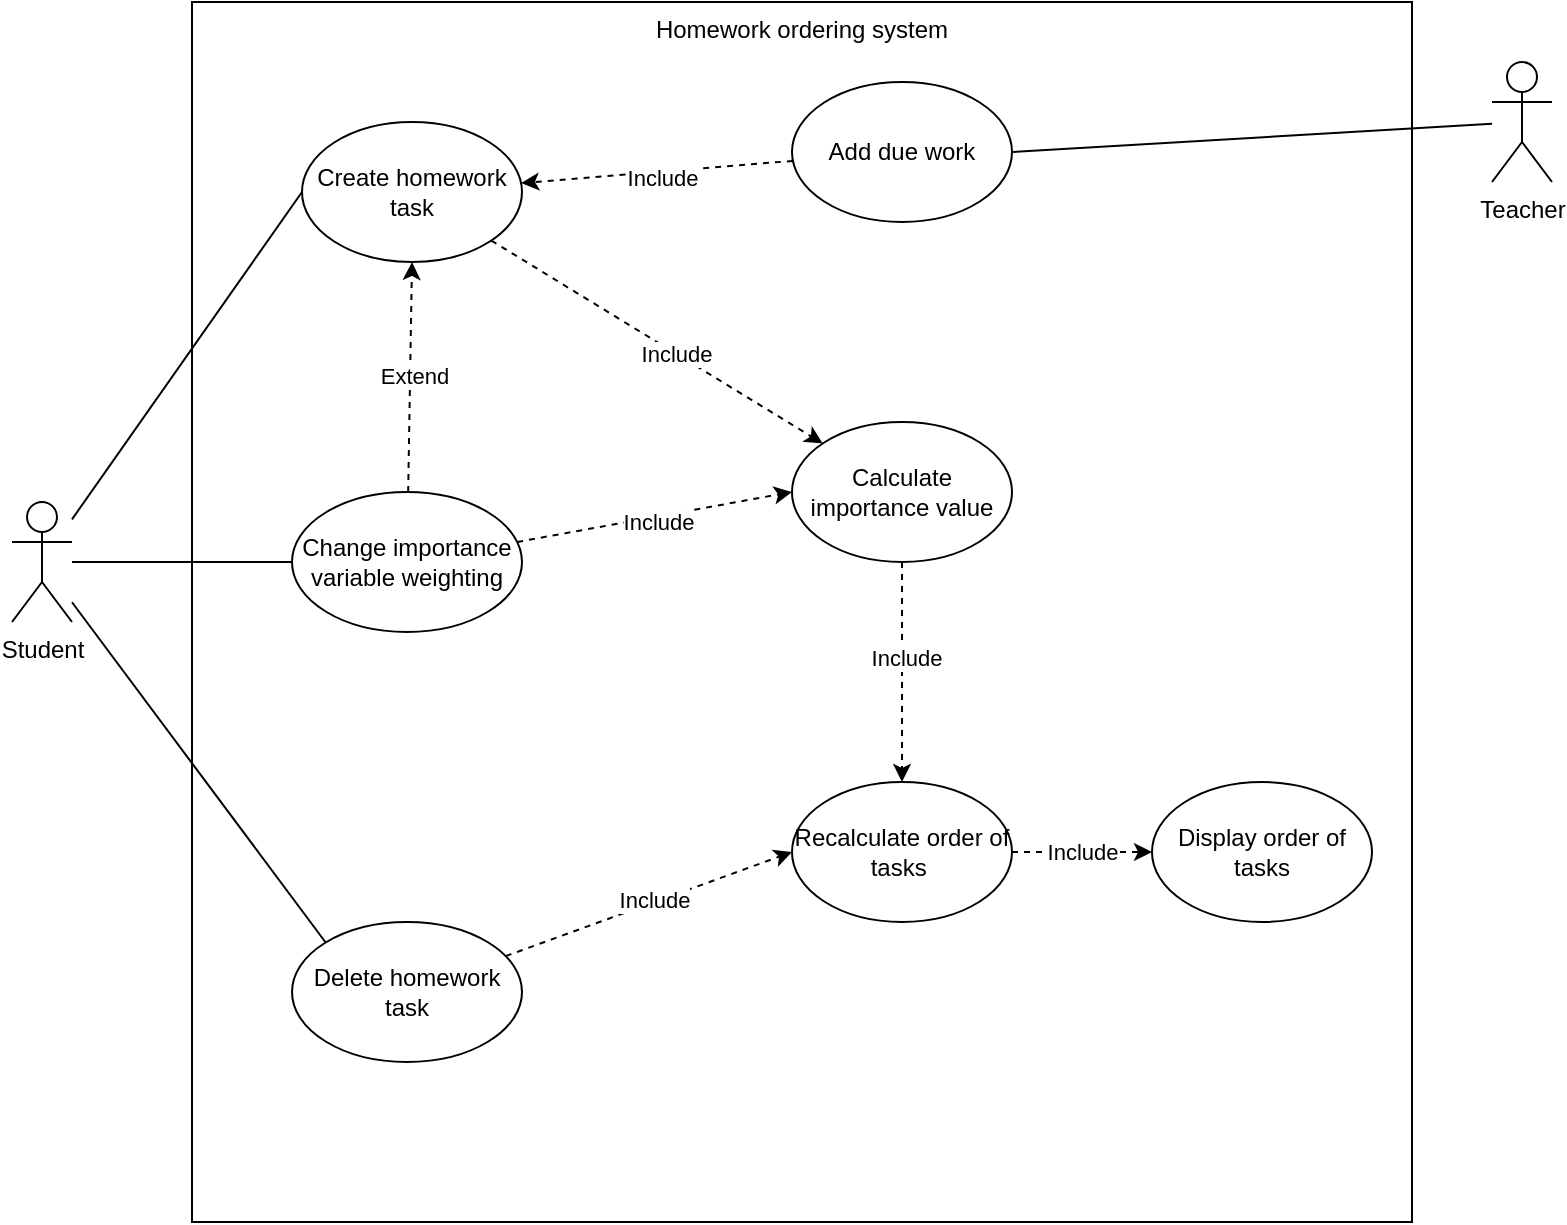
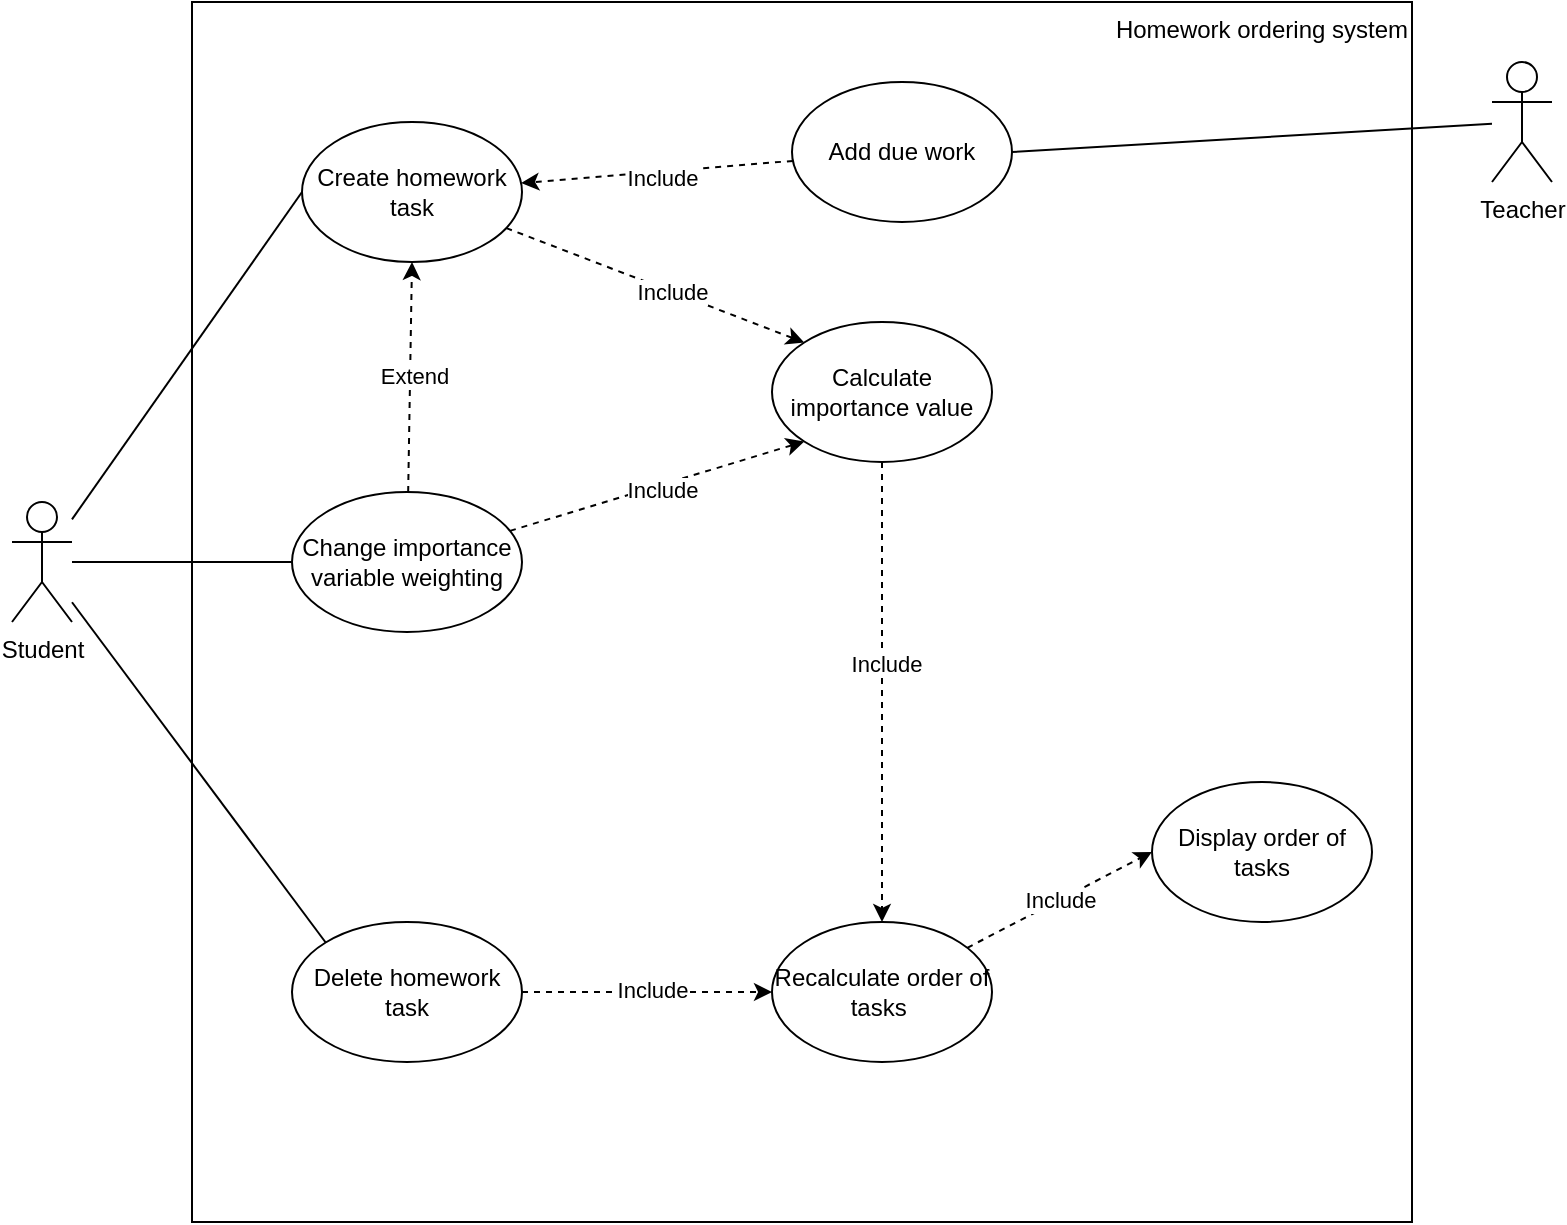
<mxfile host="app.diagrams.net" agent="Mozilla/5.0 (Windows NT 10.0; Win64; x64) AppleWebKit/537.36 (KHTML, like Gecko) Chrome/147.0.0.0 Safari/537.36">
  <diagram name="Page-1" id="ZcyXiCbd3epHD8B5bp2-">
    <mxGraphModel dx="934" dy="657" grid="1" gridSize="10" guides="1" tooltips="1" connect="1" arrows="1" fold="1" page="1" pageScale="1" pageWidth="827" pageHeight="1169" math="0" shadow="0">
      <root>
        <mxCell id="0" />
        <mxCell id="1" parent="0" />
-         <mxCell id="G7WcPmlzqGxsM9-RYmIV-1" parent="1" style="aspect=fixed;labelPosition=center;verticalLabelPosition=middle;align=center;verticalAlign=top;html=1;whiteSpace=wrap;movable=1;resizable=1;rotatable=1;deletable=1;editable=1;locked=0;connectable=1;" value="Homework ordering system" vertex="1">
+         <mxCell id="G7WcPmlzqGxsM9-RYmIV-1" parent="1" style="aspect=fixed;labelPosition=center;verticalLabelPosition=middle;align=right;verticalAlign=top;html=1;whiteSpace=wrap;movable=1;resizable=1;rotatable=1;deletable=1;editable=1;locked=0;connectable=1;" value="Homework ordering system" vertex="1">
          <mxGeometry height="610" width="610" x="100" y="100" as="geometry" />
        </mxCell>
        <mxCell id="jqSJIoKgP5xY_ZK5AzuU-10" edge="1" parent="1" source="G7WcPmlzqGxsM9-RYmIV-2" style="rounded=0;orthogonalLoop=1;jettySize=auto;html=1;entryX=0;entryY=0.5;entryDx=0;entryDy=0;endArrow=none;endFill=0;" target="jqSJIoKgP5xY_ZK5AzuU-4">
          <mxGeometry relative="1" as="geometry" />
        </mxCell>
        <mxCell id="tDrKYoykQaESbITqznwy-8" edge="1" parent="1" source="G7WcPmlzqGxsM9-RYmIV-2" style="rounded=0;orthogonalLoop=1;jettySize=auto;html=1;entryX=0;entryY=0.5;entryDx=0;entryDy=0;endArrow=none;endFill=0;" target="jqSJIoKgP5xY_ZK5AzuU-18">
          <mxGeometry relative="1" as="geometry" />
        </mxCell>
        <mxCell id="G7WcPmlzqGxsM9-RYmIV-2" parent="1" style="shape=umlActor;verticalLabelPosition=bottom;verticalAlign=top;html=1;outlineConnect=0;" value="Student" vertex="1">
          <mxGeometry height="60" width="30" x="10" y="350" as="geometry" />
        </mxCell>
        <mxCell id="jqSJIoKgP5xY_ZK5AzuU-3" edge="1" parent="1" source="G7WcPmlzqGxsM9-RYmIV-7" style="rounded=0;orthogonalLoop=1;jettySize=auto;html=1;entryX=1;entryY=0.5;entryDx=0;entryDy=0;shape=wire;dashed=1;endArrow=none;endFill=0;" target="jqSJIoKgP5xY_ZK5AzuU-2">
          <mxGeometry relative="1" as="geometry" />
        </mxCell>
        <mxCell id="G7WcPmlzqGxsM9-RYmIV-7" parent="1" style="shape=umlActor;verticalLabelPosition=bottom;verticalAlign=top;html=1;outlineConnect=0;" value="Teacher" vertex="1">
          <mxGeometry height="60" width="30" x="750" y="130" as="geometry" />
        </mxCell>
        <mxCell id="jqSJIoKgP5xY_ZK5AzuU-5" edge="1" parent="1" source="jqSJIoKgP5xY_ZK5AzuU-2" style="rounded=0;orthogonalLoop=1;jettySize=auto;html=1;endArrow=classic;endFill=1;dashed=1;" target="jqSJIoKgP5xY_ZK5AzuU-4">
          <mxGeometry relative="1" as="geometry" />
        </mxCell>
        <mxCell id="jqSJIoKgP5xY_ZK5AzuU-6" connectable="0" parent="jqSJIoKgP5xY_ZK5AzuU-5" style="edgeLabel;html=1;align=center;verticalAlign=middle;resizable=0;points=[];" value="Include" vertex="1">
          <mxGeometry relative="1" x="-0.0218" y="3" as="geometry">
            <mxPoint as="offset" />
          </mxGeometry>
        </mxCell>
        <mxCell id="jqSJIoKgP5xY_ZK5AzuU-2" parent="1" style="ellipse;whiteSpace=wrap;html=1;" value="Add due work" vertex="1">
          <mxGeometry height="70" width="110" x="400" y="140" as="geometry" />
        </mxCell>
-         <mxCell id="jqSJIoKgP5xY_ZK5AzuU-13" edge="1" parent="1" source="jqSJIoKgP5xY_ZK5AzuU-4" style="rounded=0;orthogonalLoop=1;jettySize=auto;html=1;dashed=1;endArrow=classic;endFill=1;" target="jqSJIoKgP5xY_ZK5AzuU-11">
+         <mxCell id="jqSJIoKgP5xY_ZK5AzuU-13" edge="1" parent="1" source="jqSJIoKgP5xY_ZK5AzuU-4" style="rounded=0;orthogonalLoop=1;jettySize=auto;html=1;dashed=1;endArrow=classic;endFill=1;entryX=0;entryY=0;entryDx=0;entryDy=0;" target="jqSJIoKgP5xY_ZK5AzuU-11">
          <mxGeometry relative="1" as="geometry" />
        </mxCell>
        <mxCell id="jqSJIoKgP5xY_ZK5AzuU-14" connectable="0" parent="jqSJIoKgP5xY_ZK5AzuU-13" style="edgeLabel;html=1;align=center;verticalAlign=middle;resizable=0;points=[];" value="Include" vertex="1">
          <mxGeometry relative="1" x="0.1143" as="geometry">
            <mxPoint as="offset" />
          </mxGeometry>
        </mxCell>
        <mxCell id="jqSJIoKgP5xY_ZK5AzuU-4" parent="1" style="ellipse;whiteSpace=wrap;html=1;" value="Create homework task" vertex="1">
          <mxGeometry height="70" width="110" x="155" y="160" as="geometry" />
        </mxCell>
        <mxCell id="jqSJIoKgP5xY_ZK5AzuU-16" edge="1" parent="1" source="jqSJIoKgP5xY_ZK5AzuU-11" style="rounded=0;orthogonalLoop=1;jettySize=auto;html=1;dashed=1;" target="jqSJIoKgP5xY_ZK5AzuU-15" value="">
          <mxGeometry relative="1" as="geometry" />
        </mxCell>
        <mxCell id="jqSJIoKgP5xY_ZK5AzuU-17" connectable="0" parent="jqSJIoKgP5xY_ZK5AzuU-16" style="edgeLabel;html=1;align=center;verticalAlign=middle;resizable=0;points=[];" value="Include" vertex="1">
          <mxGeometry relative="1" x="-0.125" y="2" as="geometry">
            <mxPoint as="offset" />
          </mxGeometry>
        </mxCell>
        <mxCell id="jqSJIoKgP5xY_ZK5AzuU-11" parent="1" style="ellipse;whiteSpace=wrap;html=1;" value="Calculate importance value" vertex="1">
-           <mxGeometry height="70" width="110" x="400" y="310" as="geometry" />
+           <mxGeometry height="70" width="110" x="390" y="260" as="geometry" />
        </mxCell>
        <mxCell id="tDrKYoykQaESbITqznwy-10" edge="1" parent="1" source="jqSJIoKgP5xY_ZK5AzuU-15" style="rounded=0;orthogonalLoop=1;jettySize=auto;html=1;entryX=0;entryY=0.5;entryDx=0;entryDy=0;startArrow=none;startFill=0;endArrow=classic;endFill=1;dashed=1;" target="tDrKYoykQaESbITqznwy-9" value="Include">
          <mxGeometry relative="1" as="geometry" />
        </mxCell>
        <mxCell id="jqSJIoKgP5xY_ZK5AzuU-15" parent="1" style="ellipse;whiteSpace=wrap;html=1;" value="Recalculate order of tasks&amp;nbsp;" vertex="1">
-           <mxGeometry height="70" width="110" x="400" y="490" as="geometry" />
+           <mxGeometry height="70" width="110" x="390" y="560" as="geometry" />
        </mxCell>
-         <mxCell id="jqSJIoKgP5xY_ZK5AzuU-20" edge="1" parent="1" source="jqSJIoKgP5xY_ZK5AzuU-18" style="rounded=0;orthogonalLoop=1;jettySize=auto;html=1;entryX=0;entryY=0.5;entryDx=0;entryDy=0;dashed=1;" target="jqSJIoKgP5xY_ZK5AzuU-11">
+         <mxCell id="jqSJIoKgP5xY_ZK5AzuU-20" edge="1" parent="1" source="jqSJIoKgP5xY_ZK5AzuU-18" style="rounded=0;orthogonalLoop=1;jettySize=auto;html=1;entryX=0;entryY=1;entryDx=0;entryDy=0;dashed=1;" target="jqSJIoKgP5xY_ZK5AzuU-11">
          <mxGeometry relative="1" as="geometry" />
        </mxCell>
        <mxCell id="jqSJIoKgP5xY_ZK5AzuU-21" connectable="0" parent="jqSJIoKgP5xY_ZK5AzuU-20" style="edgeLabel;html=1;align=center;verticalAlign=middle;resizable=0;points=[];" value="Include" vertex="1">
          <mxGeometry relative="1" x="0.0328" y="-3" as="geometry">
            <mxPoint x="-1" as="offset" />
          </mxGeometry>
        </mxCell>
        <mxCell id="tDrKYoykQaESbITqznwy-6" edge="1" parent="1" source="jqSJIoKgP5xY_ZK5AzuU-18" style="rounded=0;orthogonalLoop=1;jettySize=auto;html=1;entryX=0.5;entryY=1;entryDx=0;entryDy=0;dashed=1;" target="jqSJIoKgP5xY_ZK5AzuU-4">
          <mxGeometry relative="1" as="geometry" />
        </mxCell>
        <mxCell id="tDrKYoykQaESbITqznwy-7" connectable="0" parent="tDrKYoykQaESbITqznwy-6" style="edgeLabel;html=1;align=center;verticalAlign=middle;resizable=0;points=[];" value="Extend" vertex="1">
          <mxGeometry relative="1" x="0.008" y="-2" as="geometry">
            <mxPoint as="offset" />
          </mxGeometry>
        </mxCell>
        <mxCell id="jqSJIoKgP5xY_ZK5AzuU-18" parent="1" style="ellipse;whiteSpace=wrap;html=1;" value="Change importance variable weighting" vertex="1">
          <mxGeometry height="70" width="115" x="150" y="345" as="geometry" />
        </mxCell>
        <mxCell id="tDrKYoykQaESbITqznwy-2" parent="1" style="ellipse;whiteSpace=wrap;html=1;" value="Delete homework task" vertex="1">
          <mxGeometry height="70" width="115" x="150" y="560" as="geometry" />
        </mxCell>
        <mxCell id="tDrKYoykQaESbITqznwy-3" edge="1" parent="1" source="G7WcPmlzqGxsM9-RYmIV-2" style="rounded=0;orthogonalLoop=1;jettySize=auto;html=1;endArrow=none;endFill=0;entryX=0;entryY=0;entryDx=0;entryDy=0;" target="tDrKYoykQaESbITqznwy-2">
          <mxGeometry relative="1" as="geometry">
            <mxPoint x="174" y="430" as="targetPoint" />
          </mxGeometry>
        </mxCell>
        <mxCell id="tDrKYoykQaESbITqznwy-4" edge="1" parent="1" source="tDrKYoykQaESbITqznwy-2" style="rounded=0;orthogonalLoop=1;jettySize=auto;html=1;entryX=0;entryY=0.5;entryDx=0;entryDy=0;endArrow=classic;endFill=1;dashed=1;" target="jqSJIoKgP5xY_ZK5AzuU-15">
          <mxGeometry relative="1" as="geometry" />
        </mxCell>
        <mxCell id="tDrKYoykQaESbITqznwy-5" connectable="0" parent="tDrKYoykQaESbITqznwy-4" style="edgeLabel;html=1;align=center;verticalAlign=middle;resizable=0;points=[];" value="Include" vertex="1">
          <mxGeometry relative="1" x="0.0436" y="1" as="geometry">
            <mxPoint as="offset" />
          </mxGeometry>
        </mxCell>
        <mxCell id="tDrKYoykQaESbITqznwy-9" parent="1" style="ellipse;whiteSpace=wrap;html=1;" value="Display order of tasks" vertex="1">
          <mxGeometry height="70" width="110" x="580" y="490" as="geometry" />
        </mxCell>
      </root>
    </mxGraphModel>
  </diagram>
</mxfile>
